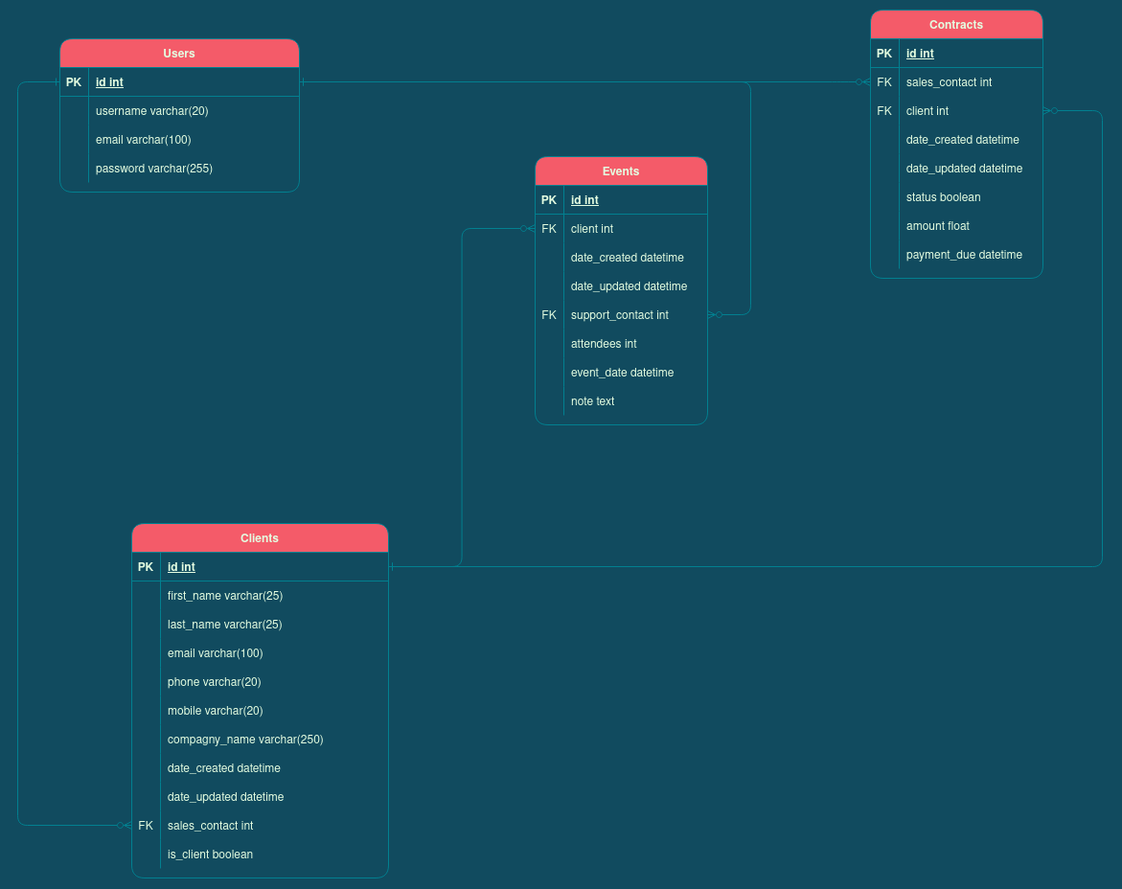
This is erd.png from jogubo/oc-epicevents, a draw.io export, as it was before one commit. Source tidied: cells renumbered, new cells last; positions are measured from the earlier drawing's top-left corner, leaving out a move shared by most shapes.
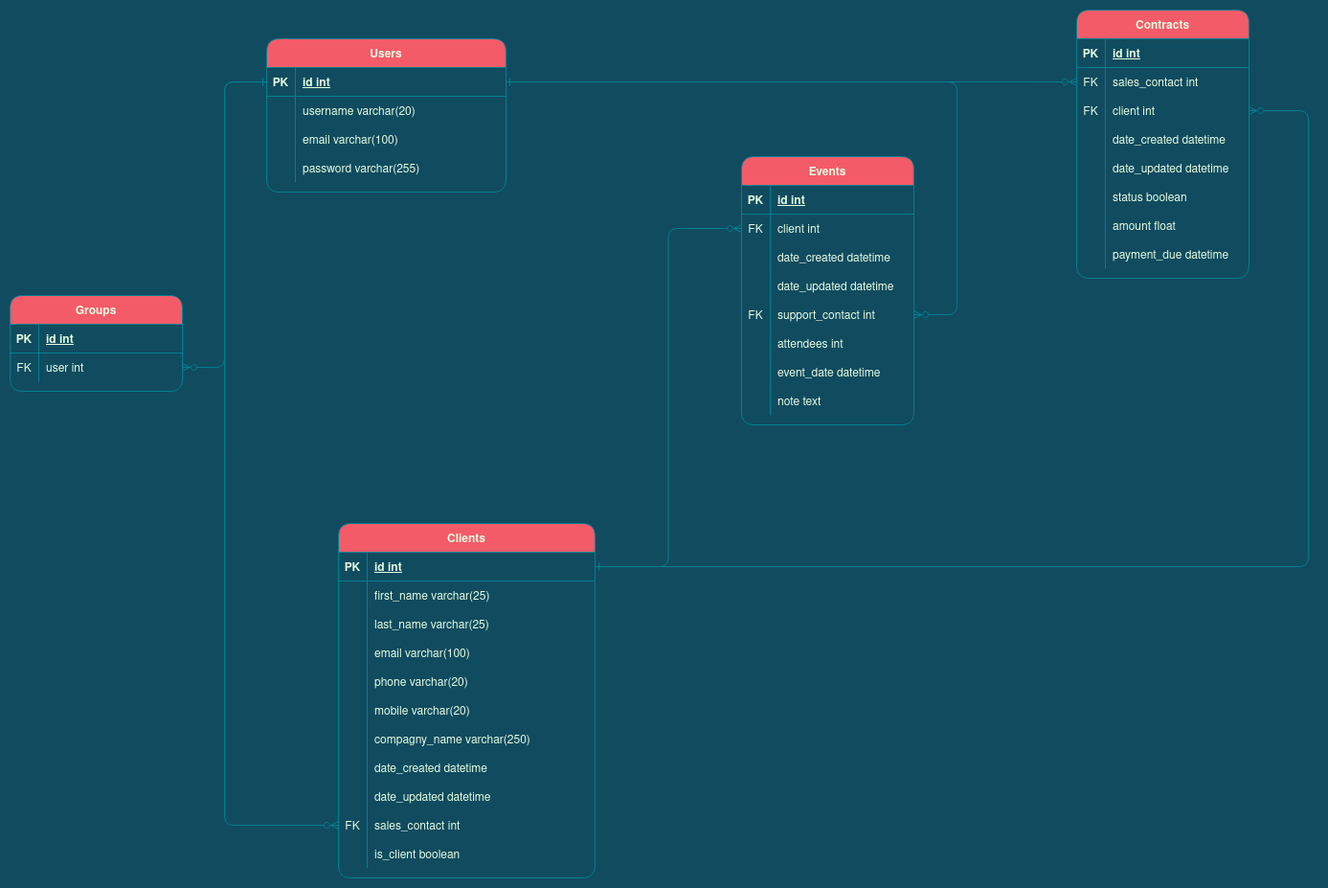
Above is the later version.

Commit message:
add groups relation in diagram

The edit, as a diff of the source:
```diff
@@ -296,15 +296,6 @@
     <mxCell id="99" value="note text" style="shape=partialRectangle;fillColor=none;top=0;left=0;bottom=0;right=0;align=left;spacingLeft=6;overflow=hidden;rounded=1;html=0;strokeColor=#028090;fontColor=#E4FDE1;" parent="97" vertex="1">
       <mxGeometry x="30" width="150" height="30" as="geometry" />
     </mxCell>
-    <mxCell id="100" style="edgeStyle=orthogonalEdgeStyle;rounded=1;jettySize=auto;html=1;labelBackgroundColor=#114B5F;strokeColor=#028090;fontColor=#E4FDE1;startArrow=ERone;startFill=0;endArrow=ERzeroToMany;endFill=0;" parent="1" edge="1" target="x">
-      <mxGeometry relative="1" as="geometry">
-        <mxPoint y="484" as="sourcePoint" />
-        <Array as="points">
-          <mxPoint x="65" y="484" />
-          <mxPoint x="65" y="232" />
-        </Array>
-      </mxGeometry>
-    </mxCell>
     <mxCell id="101" style="edgeStyle=orthogonalEdgeStyle;rounded=1;jettySize=auto;html=1;labelBackgroundColor=#114B5F;strokeColor=#028090;fontColor=#E4FDE1;endArrow=ERone;endFill=0;startArrow=ERzeroToMany;startFill=0;" parent="1" edge="1" source="79" target="16">
       <mxGeometry relative="1" as="geometry" />
     </mxCell>
@@ -335,5 +326,29 @@
         </Array>
       </mxGeometry>
     </mxCell>
+    <mxCell id="106" value="Groups" style="shape=table;startSize=30;rowLines=0;fontStyle=1;align=center;fillColor=#F45B69;strokeColor=#028090;fontColor=#E4FDE1;rounded=1;" parent="1" vertex="1">
+      <mxGeometry x="-158" y="298" width="180" height="100" as="geometry" />
+    </mxCell>
+    <mxCell id="107" style="shape=tableRow;horizontal=0;startSize=0;swimlaneHead=0;swimlaneBody=0;fillColor=none;top=0;left=0;right=0;bottom=1;strokeColor=#028090;fontColor=#E4FDE1;rounded=1;" parent="106" vertex="1">
+      <mxGeometry y="30" width="180" height="30" as="geometry" />
+    </mxCell>
+    <mxCell id="108" value="PK" style="shape=partialRectangle;fillColor=none;top=0;left=0;bottom=0;right=0;fontStyle=1;overflow=hidden;strokeColor=#028090;fontColor=#E4FDE1;rounded=1;" parent="107" vertex="1">
+      <mxGeometry width="30" height="30" as="geometry" />
+    </mxCell>
+    <mxCell id="109" value="id int" style="shape=partialRectangle;fillColor=none;top=0;left=0;bottom=0;right=0;align=left;spacingLeft=6;fontStyle=5;overflow=hidden;strokeColor=#028090;fontColor=#E4FDE1;rounded=1;" parent="107" vertex="1">
+      <mxGeometry x="30" width="150" height="30" as="geometry" />
+    </mxCell>
+    <mxCell id="110" style="shape=tableRow;horizontal=0;startSize=0;swimlaneHead=0;swimlaneBody=0;fillColor=none;points=[[0,0.5],[1,0.5]];portConstraint=eastwest;top=0;left=0;right=0;bottom=0;rounded=1;sketch=0;fontColor=#E4FDE1;strokeColor=#028090;" parent="106" vertex="1">
+      <mxGeometry y="60" width="180" height="30" as="geometry" />
+    </mxCell>
+    <mxCell id="111" value="FK" style="shape=partialRectangle;fillColor=none;top=0;left=0;bottom=0;right=0;fontStyle=0;overflow=hidden;rounded=1;sketch=0;fontColor=#E4FDE1;strokeColor=#028090;" parent="110" vertex="1">
+      <mxGeometry width="30" height="30" as="geometry" />
+    </mxCell>
+    <mxCell id="112" value="user int" style="shape=partialRectangle;fillColor=none;top=0;left=0;bottom=0;right=0;align=left;spacingLeft=6;fontStyle=0;overflow=hidden;rounded=1;sketch=0;fontColor=#E4FDE1;strokeColor=#028090;" parent="110" vertex="1">
+      <mxGeometry x="30" width="150" height="30" as="geometry" />
+    </mxCell>
+    <mxCell id="113" style="edgeStyle=orthogonalEdgeStyle;curved=0;rounded=1;sketch=0;jettySize=auto;html=1;exitX=1;exitY=0.5;exitDx=0;exitDy=0;fontColor=#E4FDE1;strokeColor=#028090;fillColor=#F45B69;endArrow=ERone;endFill=0;startArrow=ERzeroToMany;startFill=0;" parent="1" edge="1" source="110" target="3">
+      <mxGeometry relative="1" as="geometry" />
+    </mxCell>
   </root>
 </mxGraphModel>
```
